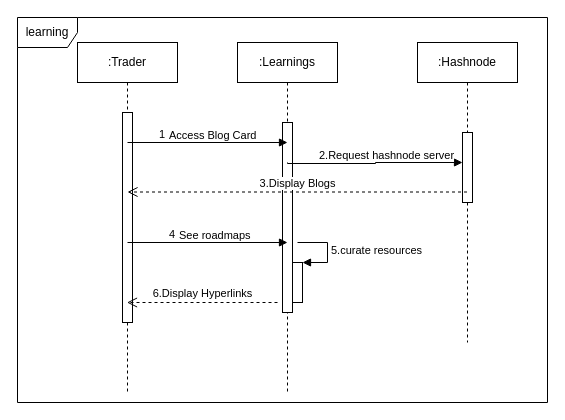
Above: Untitled Diagram.drawio in CODEX108/Computer-Security (draw.io), before the change. Source tidied: cells renumbered, new cells numbered last; positions are measured from the earlier drawing's top-left corner, leaving out a move shared by most shapes. Both pictures are drawn from the tidied source at 100%, with x=0, y=0 at pixel (17, 17).
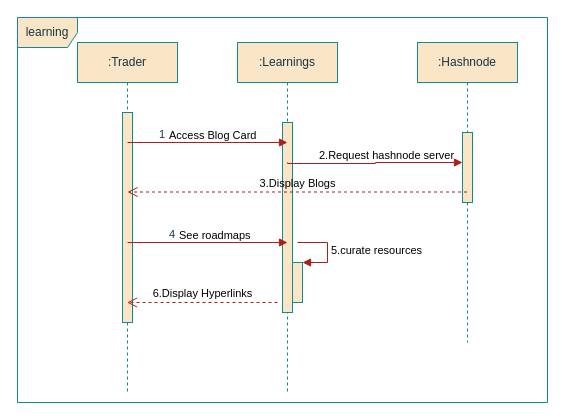
The same diagram, later.

What changed in the source:
```diff
@@
-    <mxCell id="2" value=":Trader" style="shape=umlLifeline;perimeter=lifelinePerimeter;whiteSpace=wrap;html=1;outlineConnect=0;portConstraint=eastwest;newEdgeStyle={&quot;edgeStyle&quot;:&quot;elbowEdgeStyle&quot;,&quot;elbow&quot;:&quot;vertical&quot;,&quot;curved&quot;:0,&quot;rounded&quot;:0};" parent="1" vertex="1">
+    <mxCell id="2" value=":Trader" style="shape=umlLifeline;perimeter=lifelinePerimeter;whiteSpace=wrap;html=1;outlineConnect=0;portConstraint=eastwest;newEdgeStyle={&quot;edgeStyle&quot;:&quot;elbowEdgeStyle&quot;,&quot;elbow&quot;:&quot;vertical&quot;,&quot;curved&quot;:0,&quot;rounded&quot;:0};labelBackgroundColor=none;fillColor=#FAE5C7;strokeColor=#0F8B8D;fontColor=#143642;" parent="1" vertex="1">
       <mxGeometry x="60" y="25" width="100" height="350" as="geometry" />
     </mxCell>
-    <mxCell id="3" style="html=1;perimeter=orthogonalPerimeter;targetShapes=umlLifeline;newEdgeStyle={&quot;edgeStyle&quot;:&quot;elbowEdgeStyle&quot;,&quot;elbow&quot;:&quot;vertical&quot;,&quot;curved&quot;:0,&quot;rounded&quot;:0};" parent="2" vertex="1">
+    <mxCell id="3" style="html=1;perimeter=orthogonalPerimeter;targetShapes=umlLifeline;newEdgeStyle={&quot;edgeStyle&quot;:&quot;elbowEdgeStyle&quot;,&quot;elbow&quot;:&quot;vertical&quot;,&quot;curved&quot;:0,&quot;rounded&quot;:0};labelBackgroundColor=none;fillColor=#FAE5C7;strokeColor=#0F8B8D;fontColor=#143642;" parent="2" vertex="1">
       <mxGeometry x="45" y="70" width="10" height="210" as="geometry" />
     </mxCell>
-    <mxCell id="4" value=":Learnings" style="shape=umlLifeline;perimeter=lifelinePerimeter;whiteSpace=wrap;html=1;newEdgeStyle={&quot;edgeStyle&quot;:&quot;elbowEdgeStyle&quot;,&quot;elbow&quot;:&quot;vertical&quot;,&quot;curved&quot;:0,&quot;rounded&quot;:0};" parent="1" vertex="1">
+    <mxCell id="4" value=":Learnings" style="shape=umlLifeline;perimeter=lifelinePerimeter;whiteSpace=wrap;html=1;newEdgeStyle={&quot;edgeStyle&quot;:&quot;elbowEdgeStyle&quot;,&quot;elbow&quot;:&quot;vertical&quot;,&quot;curved&quot;:0,&quot;rounded&quot;:0};labelBackgroundColor=none;fillColor=#FAE5C7;strokeColor=#0F8B8D;fontColor=#143642;" parent="1" vertex="1">
       <mxGeometry x="220" y="25" width="100" height="350" as="geometry" />
     </mxCell>
-    <mxCell id="5" style="html=1;perimeter=orthogonalPerimeter;targetShapes=umlLifeline;newEdgeStyle={&quot;edgeStyle&quot;:&quot;elbowEdgeStyle&quot;,&quot;elbow&quot;:&quot;vertical&quot;,&quot;curved&quot;:0,&quot;rounded&quot;:0};" parent="4" vertex="1">
+    <mxCell id="5" style="html=1;perimeter=orthogonalPerimeter;targetShapes=umlLifeline;newEdgeStyle={&quot;edgeStyle&quot;:&quot;elbowEdgeStyle&quot;,&quot;elbow&quot;:&quot;vertical&quot;,&quot;curved&quot;:0,&quot;rounded&quot;:0};labelBackgroundColor=none;fillColor=#FAE5C7;strokeColor=#0F8B8D;fontColor=#143642;" parent="4" vertex="1">
       <mxGeometry x="45" y="80" width="10" height="190" as="geometry" />
     </mxCell>
-    <mxCell id="6" value="5.curate resources" style="html=1;align=left;spacingLeft=2;endArrow=block;rounded=0;edgeStyle=orthogonalEdgeStyle;curved=0;rounded=0;" parent="4" edge="1" target="7">
+    <mxCell id="6" value="5.curate resources" style="html=1;align=left;spacingLeft=2;endArrow=block;rounded=0;edgeStyle=orthogonalEdgeStyle;curved=0;rounded=0;labelBackgroundColor=none;strokeColor=#A8201A;fontColor=default;" parent="4" edge="1" target="7">
       <mxGeometry relative="1" as="geometry">
         <mxPoint x="60" y="200" as="sourcePoint" />
         <Array as="points">
           <mxPoint x="60" y="200" />
           <mxPoint x="90" y="200" />
           <mxPoint x="90" y="220" />
         </Array>
       </mxGeometry>
     </mxCell>
-    <mxCell id="7" style="html=1;points=[[0,0,0,0,5],[0,1,0,0,-5],[1,0,0,0,5],[1,1,0,0,-5]];perimeter=orthogonalPerimeter;outlineConnect=0;targetShapes=umlLifeline;portConstraint=eastwest;newEdgeStyle={&quot;curved&quot;:0,&quot;rounded&quot;:0};" parent="4" vertex="1">
+    <mxCell id="7" style="html=1;points=[[0,0,0,0,5],[0,1,0,0,-5],[1,0,0,0,5],[1,1,0,0,-5]];perimeter=orthogonalPerimeter;outlineConnect=0;targetShapes=umlLifeline;portConstraint=eastwest;newEdgeStyle={&quot;curved&quot;:0,&quot;rounded&quot;:0};labelBackgroundColor=none;fillColor=#FAE5C7;strokeColor=#0F8B8D;fontColor=#143642;" parent="4" vertex="1">
       <mxGeometry x="55" y="220" width="10" height="40" as="geometry" />
     </mxCell>
-    <mxCell id="8" value=":Hashnode" style="shape=umlLifeline;perimeter=lifelinePerimeter;whiteSpace=wrap;html=1;outlineConnect=0;portConstraint=eastwest;newEdgeStyle={&quot;curved&quot;:0,&quot;rounded&quot;:0};" parent="1" vertex="1">
+    <mxCell id="8" value=":Hashnode" style="shape=umlLifeline;perimeter=lifelinePerimeter;whiteSpace=wrap;html=1;outlineConnect=0;portConstraint=eastwest;newEdgeStyle={&quot;curved&quot;:0,&quot;rounded&quot;:0};labelBackgroundColor=none;fillColor=#FAE5C7;strokeColor=#0F8B8D;fontColor=#143642;" parent="1" vertex="1">
       <mxGeometry x="400" y="25" width="100" height="300" as="geometry" />
     </mxCell>
-    <mxCell id="9" style="html=1;points=[[0,0,0,0,5],[0,1,0,0,-5],[1,0,0,0,5],[1,1,0,0,-5]];perimeter=orthogonalPerimeter;outlineConnect=0;targetShapes=umlLifeline;portConstraint=eastwest;newEdgeStyle={&quot;curved&quot;:0,&quot;rounded&quot;:0};" parent="8" vertex="1">
+    <mxCell id="9" style="html=1;points=[[0,0,0,0,5],[0,1,0,0,-5],[1,0,0,0,5],[1,1,0,0,-5]];perimeter=orthogonalPerimeter;outlineConnect=0;targetShapes=umlLifeline;portConstraint=eastwest;newEdgeStyle={&quot;curved&quot;:0,&quot;rounded&quot;:0};labelBackgroundColor=none;fillColor=#FAE5C7;strokeColor=#0F8B8D;fontColor=#143642;" parent="8" vertex="1">
       <mxGeometry x="45" y="90" width="10" height="70" as="geometry" />
     </mxCell>
-    <mxCell id="10" value="Access Blog Card" style="endArrow=block;endFill=1;html=1;edgeStyle=orthogonalEdgeStyle;align=left;verticalAlign=top;rounded=0;" parent="1" edge="1">
+    <mxCell id="10" value="Access Blog Card" style="endArrow=block;endFill=1;html=1;edgeStyle=orthogonalEdgeStyle;align=left;verticalAlign=top;rounded=0;labelBackgroundColor=none;strokeColor=#A8201A;fontColor=default;" parent="1" edge="1">
       <mxGeometry x="-0.5" y="20" relative="1" as="geometry">
         <mxPoint x="110" y="125" as="sourcePoint" />
         <mxPoint x="270" y="125" as="targetPoint" />
       </mxGeometry>
     </mxCell>
-    <mxCell id="11" value="1" style="edgeLabel;html=1;align=left;verticalAlign=bottom;" parent="10" vertex="1">
+    <mxCell id="11" value="1" style="edgeLabel;html=1;align=left;verticalAlign=bottom;labelBackgroundColor=none;fontColor=#143642;" parent="10" vertex="1">
       <mxGeometry x="-1" relative="1" as="geometry">
         <mxPoint x="30" as="offset" />
       </mxGeometry>
     </mxCell>
-    <mxCell id="12" value="2.Request hashnode server" style="endArrow=block;endFill=1;html=1;edgeStyle=orthogonalEdgeStyle;align=left;verticalAlign=top;rounded=0;" parent="1" edge="1" target="9">
+    <mxCell id="12" value="2.Request hashnode server" style="endArrow=block;endFill=1;html=1;edgeStyle=orthogonalEdgeStyle;align=left;verticalAlign=top;rounded=0;labelBackgroundColor=none;strokeColor=#A8201A;fontColor=default;" parent="1" edge="1" target="9">
       <mxGeometry x="-0.65" y="21" relative="1" as="geometry">
         <mxPoint x="270" y="145" as="sourcePoint" />
         <Array as="points">
           <mxPoint x="270" y="146" />
           <mxPoint x="358" y="146" />
           <mxPoint x="358" y="145" />
         </Array>
       </mxGeometry>
     </mxCell>
-    <mxCell id="13" value="3.Display Blogs" style="html=1;verticalAlign=bottom;endArrow=open;dashed=1;endSize=8;curved=0;rounded=0;" parent="1" edge="1" source="8">
+    <mxCell id="13" value="3.Display Blogs" style="html=1;verticalAlign=bottom;endArrow=open;dashed=1;endSize=8;curved=0;rounded=0;labelBackgroundColor=none;strokeColor=#A8201A;fontColor=default;" parent="1" edge="1" source="8">
       <mxGeometry relative="1" as="geometry">
         <mxPoint x="110" y="174.5" as="targetPoint" />
       </mxGeometry>
     </mxCell>
-    <mxCell id="14" value="See roadmaps" style="endArrow=block;endFill=1;html=1;edgeStyle=orthogonalEdgeStyle;align=left;verticalAlign=top;rounded=0;" parent="1" edge="1">
+    <mxCell id="14" value="See roadmaps" style="endArrow=block;endFill=1;html=1;edgeStyle=orthogonalEdgeStyle;align=left;verticalAlign=top;rounded=0;labelBackgroundColor=none;strokeColor=#A8201A;fontColor=default;" parent="1" edge="1">
       <mxGeometry x="-0.38" y="20" relative="1" as="geometry">
         <mxPoint x="110" y="225" as="sourcePoint" />
         <mxPoint x="270" y="225" as="targetPoint" />
       </mxGeometry>
     </mxCell>
-    <mxCell id="15" value="4" style="edgeLabel;html=1;align=left;verticalAlign=bottom;" parent="14" vertex="1">
+    <mxCell id="15" value="4" style="edgeLabel;html=1;align=left;verticalAlign=bottom;labelBackgroundColor=none;fontColor=#143642;" parent="14" vertex="1">
       <mxGeometry x="-1" relative="1" as="geometry">
         <mxPoint x="40" as="offset" />
       </mxGeometry>
     </mxCell>
-    <mxCell id="16" value="learning" style="shape=umlFrame;whiteSpace=wrap;html=1;" parent="1" vertex="1">
+    <mxCell id="16" value="learning" style="shape=umlFrame;whiteSpace=wrap;html=1;labelBackgroundColor=none;fillColor=#FAE5C7;strokeColor=#0F8B8D;fontColor=#143642;" parent="1" vertex="1">
       <mxGeometry width="530" height="385" as="geometry" />
     </mxCell>
-    <mxCell id="17" value="6.Display Hyperlinks" style="html=1;verticalAlign=bottom;endArrow=open;dashed=1;endSize=8;curved=0;rounded=0;" parent="1" edge="1" target="2">
+    <mxCell id="17" value="6.Display Hyperlinks" style="html=1;verticalAlign=bottom;endArrow=open;dashed=1;endSize=8;curved=0;rounded=0;labelBackgroundColor=none;strokeColor=#A8201A;fontColor=default;" parent="1" edge="1" target="2">
       <mxGeometry relative="1" as="geometry">
         <mxPoint x="260" y="285" as="sourcePoint" />
       </mxGeometry>
     </mxCell>
```
